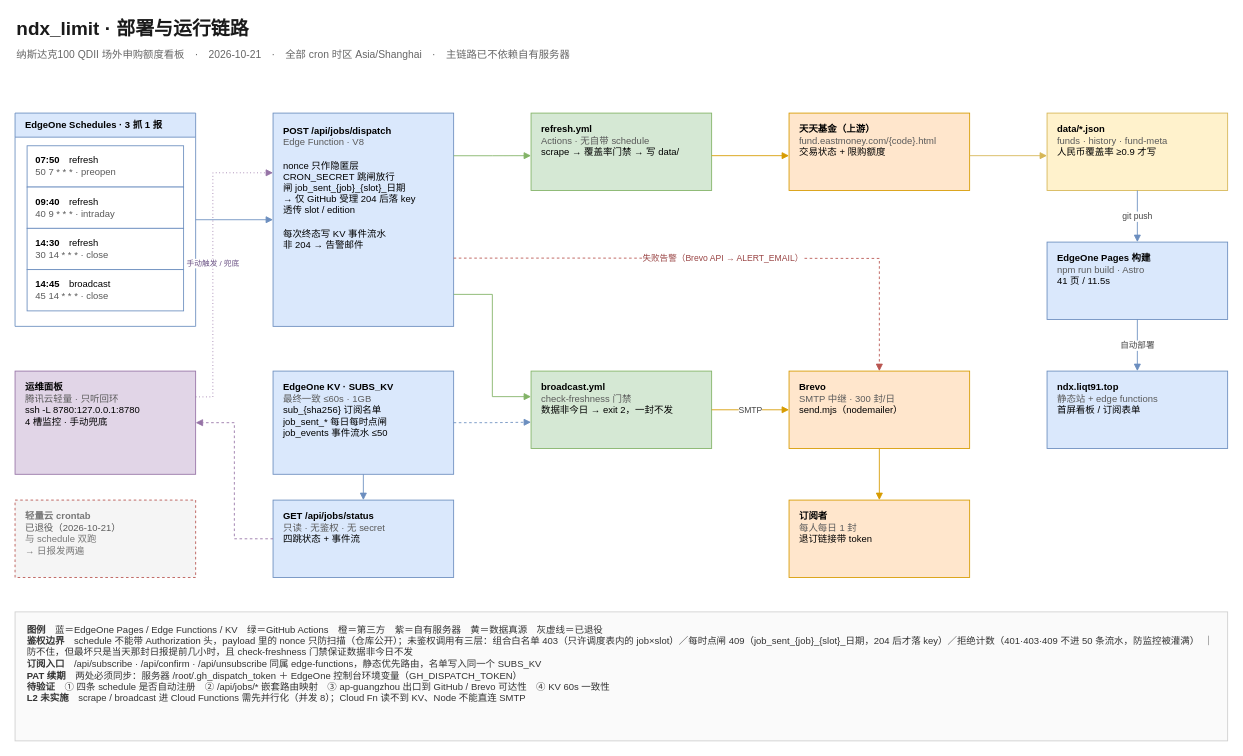
liqt91/ndx_limit keeps this draw.io diagram as docs/ops/deploy-architecture.drawio. Above is the earlier version. Source tidied: cells renumbered, new cells numbered last; positions are measured from the earlier drawing's top-left corner, leaving out a move shared by most shapes. Both pictures are drawn from the tidied source at 86%, with x=0, y=0 at pixel (15, 15).
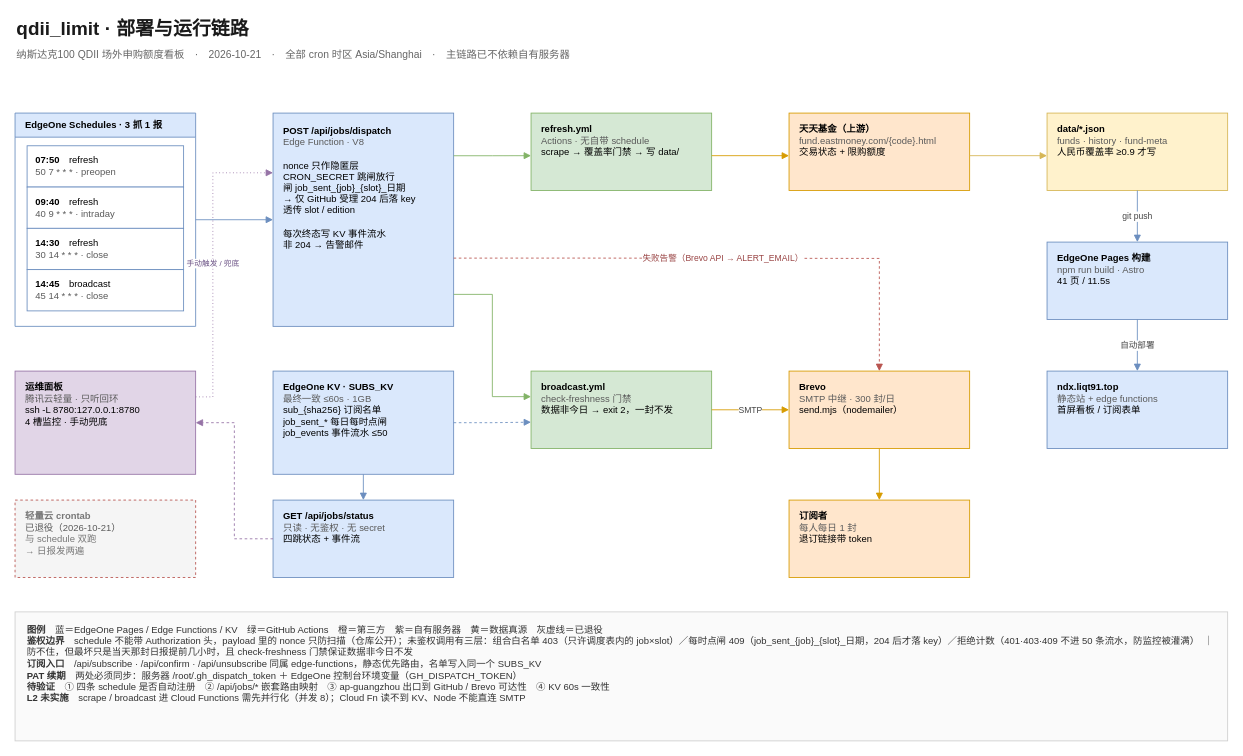
The same diagram, later.

Diff of the diagram source:
```diff
@@
-    <mxCell id="2" value="ndx_limit · 部署与运行链路" style="text;html=1;align=left;verticalAlign=middle;fontSize=22;fontStyle=1;fontColor=#1a1a1a;" parent="1" vertex="1">
+    <mxCell id="2" value="qdii_limit · 部署与运行链路" style="text;html=1;align=left;verticalAlign=middle;fontSize=22;fontStyle=1;fontColor=#1a1a1a;" parent="1" vertex="1">
       <mxGeometry width="900" height="34" as="geometry" />
     </mxCell>
```
